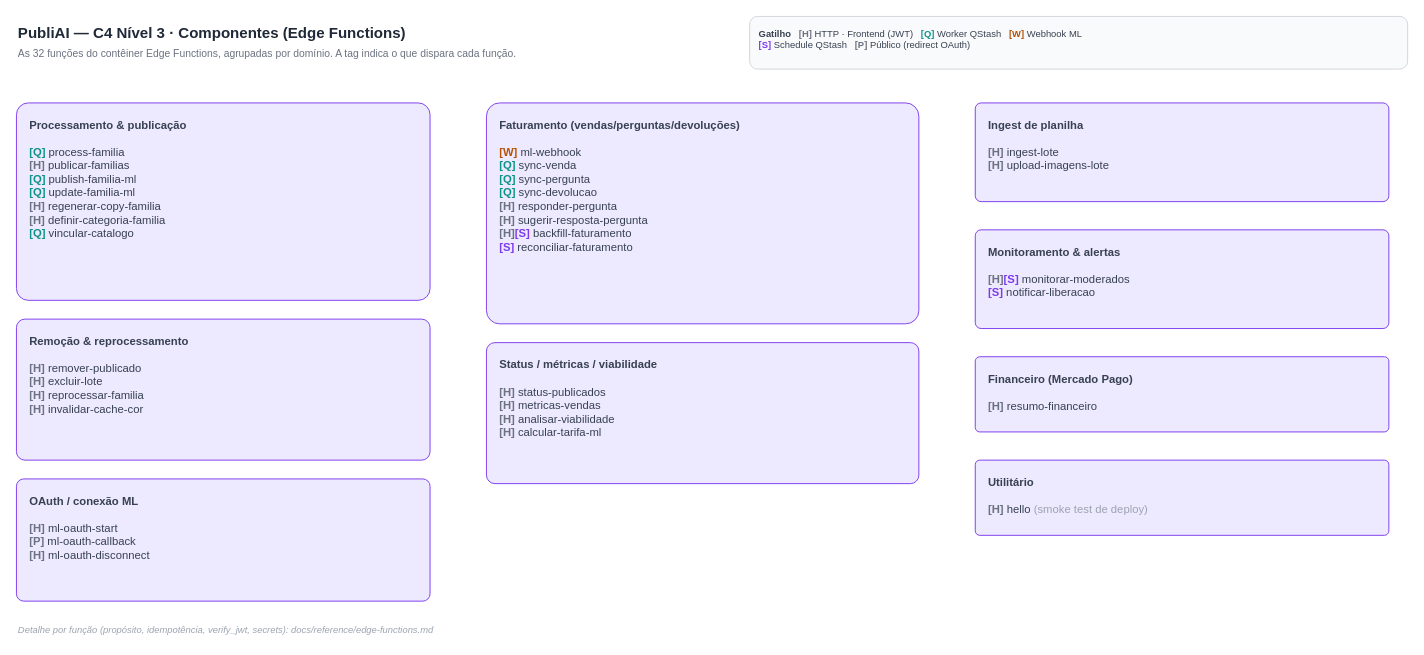
analistasistemas-bit/gtinmktplace keeps this draw.io diagram as docs/diagrams/c4-n3-componentes.drawio. Above is the earlier version. Source tidied: cells renumbered, new cells numbered last; positions are measured from the earlier drawing's top-left corner, leaving out a move shared by most shapes. Both pictures are drawn from the tidied source at 94%, with x=0, y=0 at pixel (16, 16).
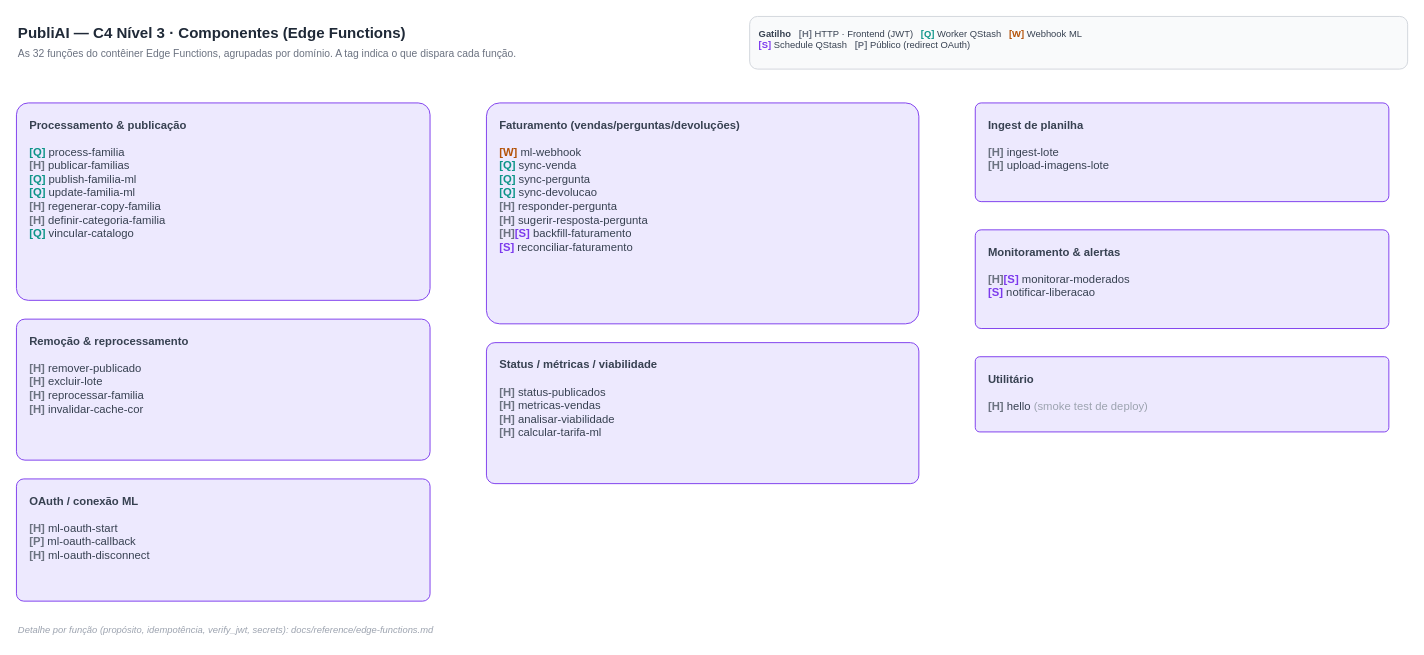
Above is the later version.

Diff of the diagram source:
```diff
@@
 <mxGraphModel>
   <root>
     <mxCell id="0" />
     <mxCell id="1" parent="0" />
     <mxCell id="2" value="PubliAI — C4 Nível 3 · Componentes (Edge Functions)" style="text;html=1;align=left;verticalAlign=middle;fontSize=16;fontStyle=1;fontColor=#1F2937;" parent="1" vertex="1">
       <mxGeometry y="2" width="700" height="30" as="geometry" />
     </mxCell>
     <mxCell id="3" value="As 32 funções do contêiner Edge Functions, agrupadas por domínio. A tag indica o que dispara cada função." style="text;html=1;align=left;verticalAlign=middle;fontSize=11;fontColor=#6B7280;" parent="1" vertex="1">
       <mxGeometry y="30" width="760" height="20" as="geometry" />
     </mxCell>
     <mxCell id="4" value="&lt;b&gt;Gatilho&lt;/b&gt;&amp;nbsp;&amp;nbsp; &lt;font color=&quot;#6B7280&quot;&gt;&lt;b&gt;[H]&lt;/b&gt;&lt;/font&gt; HTTP · Frontend (JWT)&amp;nbsp;&amp;nbsp; &lt;font color=&quot;#0D9488&quot;&gt;&lt;b&gt;[Q]&lt;/b&gt;&lt;/font&gt; Worker QStash&amp;nbsp;&amp;nbsp; &lt;font color=&quot;#B45309&quot;&gt;&lt;b&gt;[W]&lt;/b&gt;&lt;/font&gt; Webhook ML&lt;br&gt;&lt;font color=&quot;#7C3AED&quot;&gt;&lt;b&gt;[S]&lt;/b&gt;&lt;/font&gt; Schedule QStash&amp;nbsp;&amp;nbsp; &lt;font color=&quot;#6B7280&quot;&gt;&lt;b&gt;[P]&lt;/b&gt;&lt;/font&gt; Público (redirect OAuth)" style="rounded=1;whiteSpace=wrap;html=1;fillColor=#F9FAFB;strokeColor=#D1D5DB;fontColor=#374151;fontSize=10;align=left;verticalAlign=top;spacingLeft=8;spacingTop=6;" parent="1" vertex="1">
       <mxGeometry x="780" width="700" height="56" as="geometry" />
     </mxCell>
     <mxCell id="5" value="&lt;b&gt;Processamento &amp;amp; publicação&lt;/b&gt;&lt;br&gt;&lt;br&gt;&lt;font color=&quot;#0D9488&quot;&gt;&lt;b&gt;[Q]&lt;/b&gt;&lt;/font&gt; process-familia&lt;br&gt;&lt;font color=&quot;#6B7280&quot;&gt;&lt;b&gt;[H]&lt;/b&gt;&lt;/font&gt; publicar-familias&lt;br&gt;&lt;font color=&quot;#0D9488&quot;&gt;&lt;b&gt;[Q]&lt;/b&gt;&lt;/font&gt; publish-familia-ml&lt;br&gt;&lt;font color=&quot;#0D9488&quot;&gt;&lt;b&gt;[Q]&lt;/b&gt;&lt;/font&gt; update-familia-ml&lt;br&gt;&lt;font color=&quot;#6B7280&quot;&gt;&lt;b&gt;[H]&lt;/b&gt;&lt;/font&gt; regenerar-copy-familia&lt;br&gt;&lt;font color=&quot;#6B7280&quot;&gt;&lt;b&gt;[H]&lt;/b&gt;&lt;/font&gt; definir-categoria-familia&lt;br&gt;&lt;font color=&quot;#0D9488&quot;&gt;&lt;b&gt;[Q]&lt;/b&gt;&lt;/font&gt; vincular-catalogo" style="rounded=1;whiteSpace=wrap;html=1;fillColor=#EDE9FE;strokeColor=#7C3AED;fontColor=#374151;fontSize=12;align=left;verticalAlign=top;spacingLeft=12;spacingTop=10;arcSize=6;" parent="1" vertex="1">
       <mxGeometry y="92" width="440" height="210" as="geometry" />
     </mxCell>
     <mxCell id="6" value="&lt;b&gt;Remoção &amp;amp; reprocessamento&lt;/b&gt;&lt;br&gt;&lt;br&gt;&lt;font color=&quot;#6B7280&quot;&gt;&lt;b&gt;[H]&lt;/b&gt;&lt;/font&gt; remover-publicado&lt;br&gt;&lt;font color=&quot;#6B7280&quot;&gt;&lt;b&gt;[H]&lt;/b&gt;&lt;/font&gt; excluir-lote&lt;br&gt;&lt;font color=&quot;#6B7280&quot;&gt;&lt;b&gt;[H]&lt;/b&gt;&lt;/font&gt; reprocessar-familia&lt;br&gt;&lt;font color=&quot;#6B7280&quot;&gt;&lt;b&gt;[H]&lt;/b&gt;&lt;/font&gt; invalidar-cache-cor" style="rounded=1;whiteSpace=wrap;html=1;fillColor=#EDE9FE;strokeColor=#7C3AED;fontColor=#374151;fontSize=12;align=left;verticalAlign=top;spacingLeft=12;spacingTop=10;arcSize=6;" parent="1" vertex="1">
       <mxGeometry y="322" width="440" height="150" as="geometry" />
     </mxCell>
     <mxCell id="7" value="&lt;b&gt;OAuth / conexão ML&lt;/b&gt;&lt;br&gt;&lt;br&gt;&lt;font color=&quot;#6B7280&quot;&gt;&lt;b&gt;[H]&lt;/b&gt;&lt;/font&gt; ml-oauth-start&lt;br&gt;&lt;font color=&quot;#6B7280&quot;&gt;&lt;b&gt;[P]&lt;/b&gt;&lt;/font&gt; ml-oauth-callback&lt;br&gt;&lt;font color=&quot;#6B7280&quot;&gt;&lt;b&gt;[H]&lt;/b&gt;&lt;/font&gt; ml-oauth-disconnect" style="rounded=1;whiteSpace=wrap;html=1;fillColor=#EDE9FE;strokeColor=#7C3AED;fontColor=#374151;fontSize=12;align=left;verticalAlign=top;spacingLeft=12;spacingTop=10;arcSize=6;" parent="1" vertex="1">
       <mxGeometry y="492" width="440" height="130" as="geometry" />
     </mxCell>
     <mxCell id="8" value="&lt;b&gt;Faturamento (vendas/perguntas/devoluções)&lt;/b&gt;&lt;br&gt;&lt;br&gt;&lt;font color=&quot;#B45309&quot;&gt;&lt;b&gt;[W]&lt;/b&gt;&lt;/font&gt; ml-webhook&lt;br&gt;&lt;font color=&quot;#0D9488&quot;&gt;&lt;b&gt;[Q]&lt;/b&gt;&lt;/font&gt; sync-venda&lt;br&gt;&lt;font color=&quot;#0D9488&quot;&gt;&lt;b&gt;[Q]&lt;/b&gt;&lt;/font&gt; sync-pergunta&lt;br&gt;&lt;font color=&quot;#0D9488&quot;&gt;&lt;b&gt;[Q]&lt;/b&gt;&lt;/font&gt; sync-devolucao&lt;br&gt;&lt;font color=&quot;#6B7280&quot;&gt;&lt;b&gt;[H]&lt;/b&gt;&lt;/font&gt; responder-pergunta&lt;br&gt;&lt;font color=&quot;#6B7280&quot;&gt;&lt;b&gt;[H]&lt;/b&gt;&lt;/font&gt; sugerir-resposta-pergunta&lt;br&gt;&lt;font color=&quot;#6B7280&quot;&gt;&lt;b&gt;[H]&lt;/b&gt;&lt;/font&gt;&lt;font color=&quot;#7C3AED&quot;&gt;&lt;b&gt;[S]&lt;/b&gt;&lt;/font&gt; backfill-faturamento&lt;br&gt;&lt;font color=&quot;#7C3AED&quot;&gt;&lt;b&gt;[S]&lt;/b&gt;&lt;/font&gt; reconciliar-faturamento" style="rounded=1;whiteSpace=wrap;html=1;fillColor=#EDE9FE;strokeColor=#7C3AED;fontColor=#374151;fontSize=12;align=left;verticalAlign=top;spacingLeft=12;spacingTop=10;arcSize=6;" parent="1" vertex="1">
       <mxGeometry x="500" y="92" width="460" height="235" as="geometry" />
     </mxCell>
     <mxCell id="9" value="&lt;b&gt;Status / métricas / viabilidade&lt;/b&gt;&lt;br&gt;&lt;br&gt;&lt;font color=&quot;#6B7280&quot;&gt;&lt;b&gt;[H]&lt;/b&gt;&lt;/font&gt; status-publicados&lt;br&gt;&lt;font color=&quot;#6B7280&quot;&gt;&lt;b&gt;[H]&lt;/b&gt;&lt;/font&gt; metricas-vendas&lt;br&gt;&lt;font color=&quot;#6B7280&quot;&gt;&lt;b&gt;[H]&lt;/b&gt;&lt;/font&gt; analisar-viabilidade&lt;br&gt;&lt;font color=&quot;#6B7280&quot;&gt;&lt;b&gt;[H]&lt;/b&gt;&lt;/font&gt; calcular-tarifa-ml" style="rounded=1;whiteSpace=wrap;html=1;fillColor=#EDE9FE;strokeColor=#7C3AED;fontColor=#374151;fontSize=12;align=left;verticalAlign=top;spacingLeft=12;spacingTop=10;arcSize=6;" parent="1" vertex="1">
       <mxGeometry x="500" y="347" width="460" height="150" as="geometry" />
     </mxCell>
     <mxCell id="10" value="&lt;b&gt;Ingest de planilha&lt;/b&gt;&lt;br&gt;&lt;br&gt;&lt;font color=&quot;#6B7280&quot;&gt;&lt;b&gt;[H]&lt;/b&gt;&lt;/font&gt; ingest-lote&lt;br&gt;&lt;font color=&quot;#6B7280&quot;&gt;&lt;b&gt;[H]&lt;/b&gt;&lt;/font&gt; upload-imagens-lote" style="rounded=1;whiteSpace=wrap;html=1;fillColor=#EDE9FE;strokeColor=#7C3AED;fontColor=#374151;fontSize=12;align=left;verticalAlign=top;spacingLeft=12;spacingTop=10;arcSize=6;" parent="1" vertex="1">
       <mxGeometry x="1020" y="92" width="440" height="105" as="geometry" />
     </mxCell>
     <mxCell id="11" value="&lt;b&gt;Monitoramento &amp;amp; alertas&lt;/b&gt;&lt;br&gt;&lt;br&gt;&lt;font color=&quot;#6B7280&quot;&gt;&lt;b&gt;[H]&lt;/b&gt;&lt;/font&gt;&lt;font color=&quot;#7C3AED&quot;&gt;&lt;b&gt;[S]&lt;/b&gt;&lt;/font&gt; monitorar-moderados&lt;br&gt;&lt;font color=&quot;#7C3AED&quot;&gt;&lt;b&gt;[S]&lt;/b&gt;&lt;/font&gt; notificar-liberacao" style="rounded=1;whiteSpace=wrap;html=1;fillColor=#EDE9FE;strokeColor=#7C3AED;fontColor=#374151;fontSize=12;align=left;verticalAlign=top;spacingLeft=12;spacingTop=10;arcSize=6;" parent="1" vertex="1">
       <mxGeometry x="1020" y="227" width="440" height="105" as="geometry" />
     </mxCell>
-    <mxCell id="12" value="&lt;b&gt;Financeiro (Mercado Pago)&lt;/b&gt;&lt;br&gt;&lt;br&gt;&lt;font color=&quot;#6B7280&quot;&gt;&lt;b&gt;[H]&lt;/b&gt;&lt;/font&gt; resumo-financeiro" style="rounded=1;whiteSpace=wrap;html=1;fillColor=#EDE9FE;strokeColor=#7C3AED;fontColor=#374151;fontSize=12;align=left;verticalAlign=top;spacingLeft=12;spacingTop=10;arcSize=6;" parent="1" vertex="1">
-      <mxGeometry x="1020" y="362" width="440" height="80" as="geometry" />
-    </mxCell>
     <mxCell id="13" value="&lt;b&gt;Utilitário&lt;/b&gt;&lt;br&gt;&lt;br&gt;&lt;font color=&quot;#6B7280&quot;&gt;&lt;b&gt;[H]&lt;/b&gt;&lt;/font&gt; hello&amp;nbsp;&lt;font color=&quot;#9CA3AF&quot;&gt;(smoke test de deploy)&lt;/font&gt;" style="rounded=1;whiteSpace=wrap;html=1;fillColor=#EDE9FE;strokeColor=#7C3AED;fontColor=#374151;fontSize=12;align=left;verticalAlign=top;spacingLeft=12;spacingTop=10;arcSize=6;" parent="1" vertex="1">
-      <mxGeometry x="1020" y="472" width="440" height="80" as="geometry" />
+      <mxGeometry x="1020" y="362" width="440" height="80" as="geometry" />
     </mxCell>
     <mxCell id="14" value="Detalhe por função (propósito, idempotência, verify_jwt, secrets): docs/reference/edge-functions.md" style="text;html=1;align=left;verticalAlign=middle;fontSize=10;fontColor=#9CA3AF;fontStyle=2;" parent="1" vertex="1">
       <mxGeometry y="642" width="900" height="20" as="geometry" />
     </mxCell>
   </root>
 </mxGraphModel>
```
